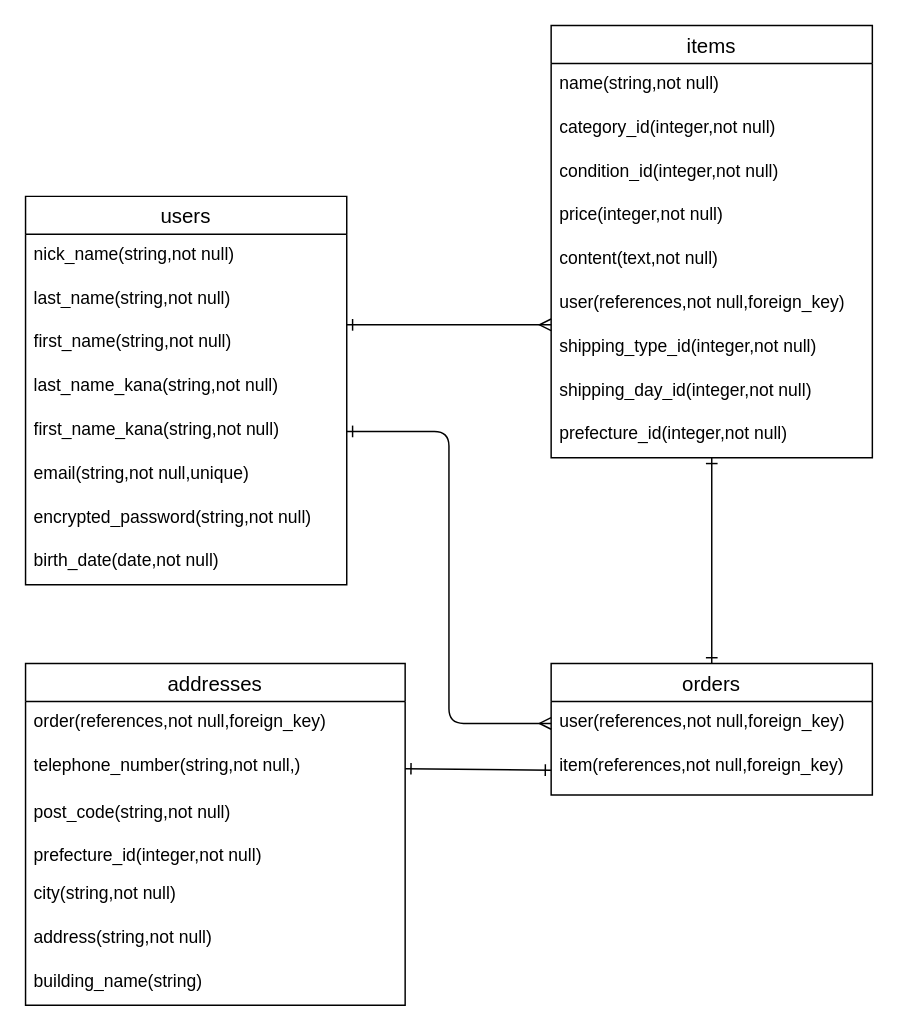
Before: er.dio in kamukamu-lemon/furima-42235, a draw.io diagram. Source tidied: cells renumbered, new cells numbered last; positions are measured from the earlier drawing's top-left corner, leaving out a move shared by most shapes. Both pictures are drawn from the tidied source at 146%, with x=0, y=0 at pixel (25, 25).
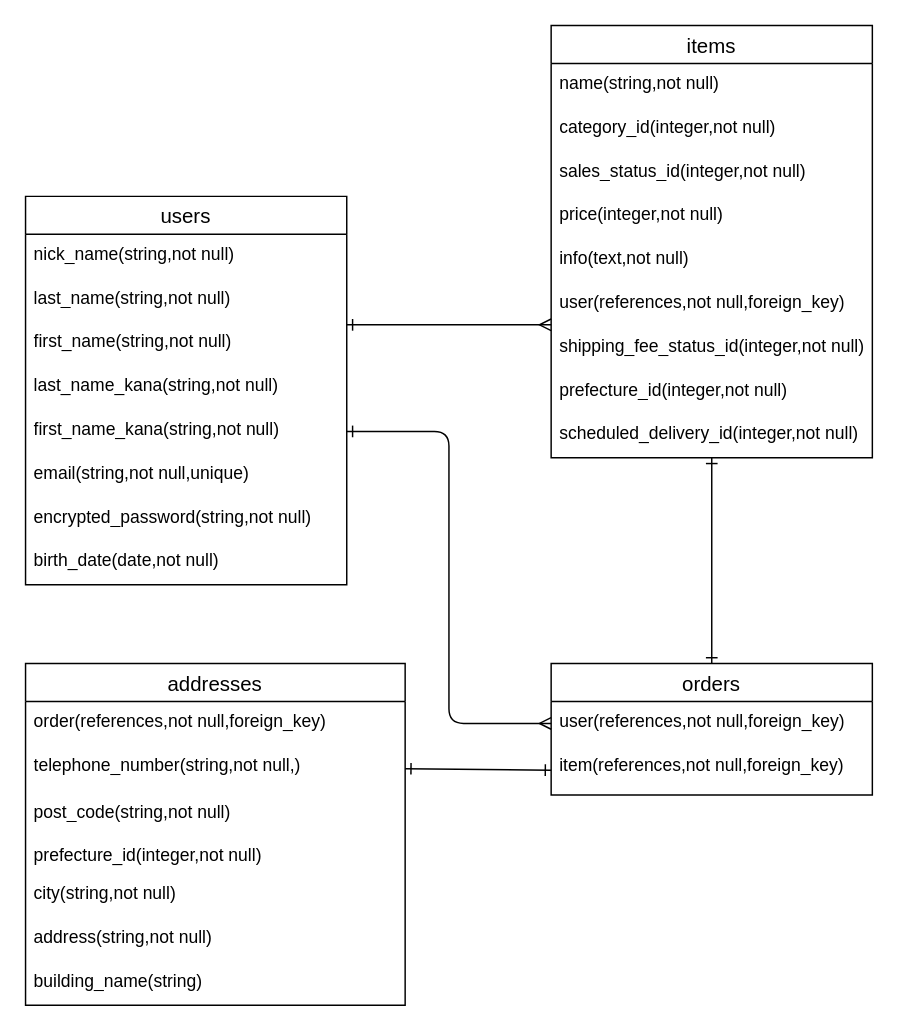
After the change.

Unchanged cells that the change refers to:
```xml
<mxCell id="19" value="items" style="swimlane;fontStyle=0;horizontal=1;startSize=26;align=center;fontSize=14;" parent="1" vertex="1">
  <mxGeometry x="360" width="220" height="296" as="geometry" />
</mxCell>
```

What changed in the source:
```diff
@@
-    <mxCell id="22" value="condition_id(&lt;span style=&quot;color: rgb(0, 0, 0);&quot;&gt;integer&lt;/span&gt;,not null)" style="text;strokeColor=none;fillColor=none;spacingLeft=4;spacingRight=4;overflow=hidden;fontSize=12;whiteSpace=wrap;html=1;" parent="19" vertex="1">
+    <mxCell id="22" value="sales_status_id(&lt;span style=&quot;color: rgb(0, 0, 0);&quot;&gt;integer&lt;/span&gt;,not null)" style="text;strokeColor=none;fillColor=none;spacingLeft=4;spacingRight=4;overflow=hidden;fontSize=12;whiteSpace=wrap;html=1;" parent="19" vertex="1">
       <mxGeometry y="86" width="220" height="30" as="geometry" />
     </mxCell>
@@
-    <mxCell id="24" value="content(text,not null)" style="text;strokeColor=none;fillColor=none;spacingLeft=4;spacingRight=4;overflow=hidden;fontSize=12;whiteSpace=wrap;html=1;" parent="19" vertex="1">
+    <mxCell id="24" value="info(text,not null)" style="text;strokeColor=none;fillColor=none;spacingLeft=4;spacingRight=4;overflow=hidden;fontSize=12;whiteSpace=wrap;html=1;" parent="19" vertex="1">
       <mxGeometry y="146" width="220" height="30" as="geometry" />
     </mxCell>
@@
-    <mxCell id="26" value="shipping_type_id(&lt;span style=&quot;color: rgb(0, 0, 0);&quot;&gt;integer&lt;/span&gt;,not null)" style="text;strokeColor=none;fillColor=none;spacingLeft=4;spacingRight=4;overflow=hidden;fontSize=12;whiteSpace=wrap;html=1;" parent="19" vertex="1">
+    <mxCell id="26" value="shipping_fee_status_id(&lt;span style=&quot;color: rgb(0, 0, 0);&quot;&gt;integer&lt;/span&gt;,not null)" style="text;strokeColor=none;fillColor=none;spacingLeft=4;spacingRight=4;overflow=hidden;fontSize=12;whiteSpace=wrap;html=1;" parent="19" vertex="1">
       <mxGeometry y="206" width="220" height="30" as="geometry" />
     </mxCell>
+    <mxCell id="28" value="&lt;span style=&quot;color: rgb(0, 0, 0);&quot;&gt;&lt;span style=&quot;color: rgb(0, 0, 0);&quot;&gt;prefecture_id&lt;/span&gt;(&lt;span style=&quot;color: rgb(0, 0, 0);&quot;&gt;integer&lt;/span&gt;,not null)&lt;/span&gt;" style="text;strokeColor=none;fillColor=none;spacingLeft=4;spacingRight=4;overflow=hidden;fontSize=12;whiteSpace=wrap;html=1;" parent="19" vertex="1">
+      <mxGeometry y="236" width="220" height="30" as="geometry" />
+    </mxCell>
-    <mxCell id="27" value="shipping_day_id&lt;span style=&quot;color: rgb(0, 0, 0);&quot;&gt;(&lt;span style=&quot;color: rgb(0, 0, 0);&quot;&gt;integer&lt;/span&gt;,not null)&lt;/span&gt;" style="text;strokeColor=none;fillColor=none;spacingLeft=4;spacingRight=4;overflow=hidden;fontSize=12;whiteSpace=wrap;html=1;" parent="19" vertex="1">
-      <mxGeometry y="236" width="220" height="30" as="geometry" />
+    <mxCell id="27" value="scheduled_delivery_id&lt;span style=&quot;color: rgb(0, 0, 0);&quot;&gt;(&lt;span style=&quot;color: rgb(0, 0, 0);&quot;&gt;integer&lt;/span&gt;,not null)&lt;/span&gt;" style="text;strokeColor=none;fillColor=none;spacingLeft=4;spacingRight=4;overflow=hidden;fontSize=12;whiteSpace=wrap;html=1;" parent="19" vertex="1">
+      <mxGeometry y="266" width="220" height="30" as="geometry" />
     </mxCell>
-    <mxCell id="28" value="&lt;span style=&quot;color: rgb(0, 0, 0);&quot;&gt;&lt;span style=&quot;color: rgb(0, 0, 0);&quot;&gt;prefecture_id&lt;/span&gt;(&lt;span style=&quot;color: rgb(0, 0, 0);&quot;&gt;integer&lt;/span&gt;,not null)&lt;/span&gt;" style="text;strokeColor=none;fillColor=none;spacingLeft=4;spacingRight=4;overflow=hidden;fontSize=12;whiteSpace=wrap;html=1;" parent="19" vertex="1">
-      <mxGeometry y="266" width="220" height="30" as="geometry" />
-    </mxCell>
```
